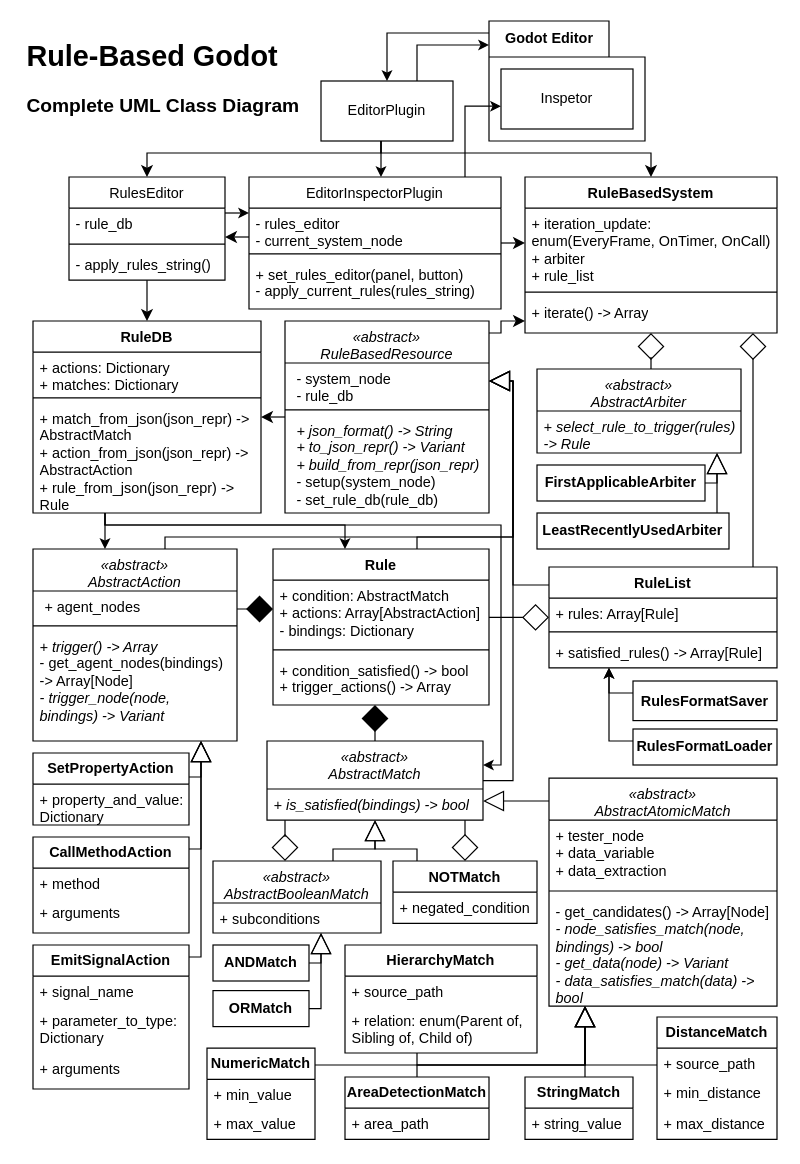
Earlier version of the draw.io diagram page "UML_Classes_Complete" (2 of 10) of diagrams/RuleBasedGodot_Diagrams.drawio (rvbatt/rule-based-godot). Source tidied: cells renumbered, new cells numbered last; positions are measured from the earlier drawing's top-left corner, leaving out a move shared by most shapes. Both pictures are drawn from the tidied source at 120%, with x=0, y=0 at pixel (20, 20).
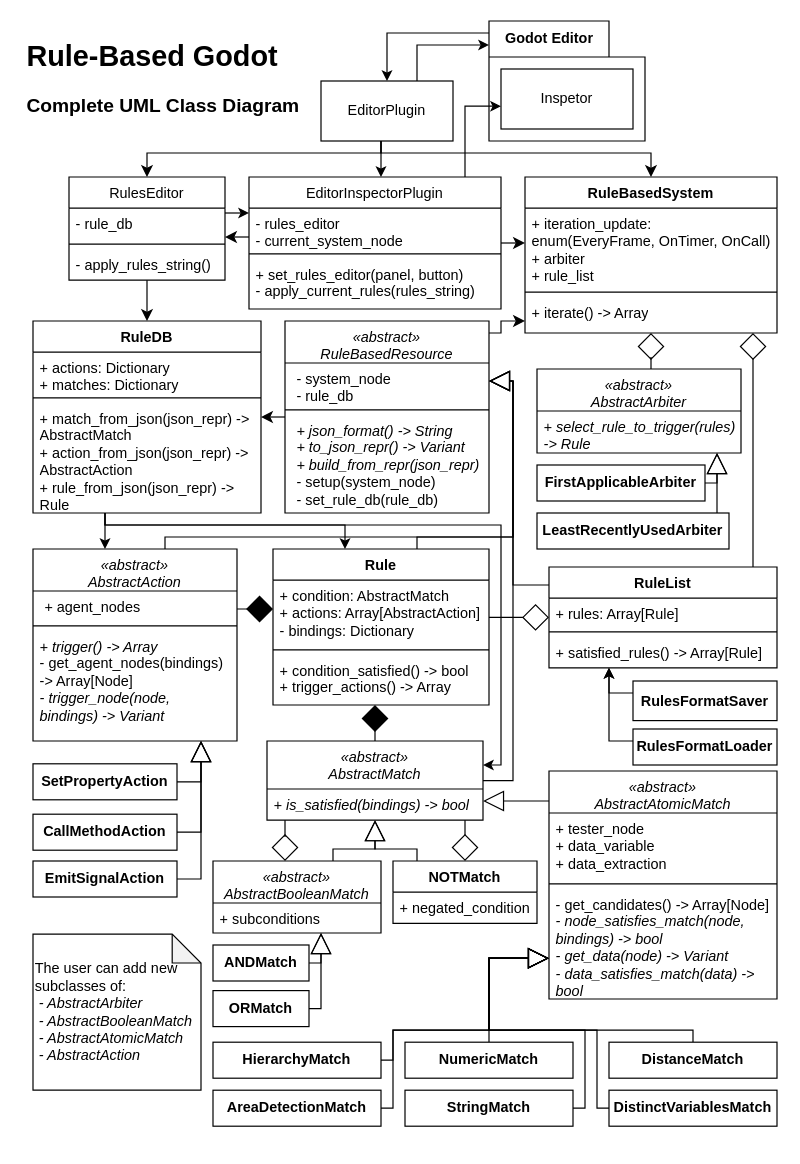
Above is the later version.

Commit message (it also covers changes not shown here):
Update diagrams with DistinctVariablesMatch

Unchanged cells that the change refers to:
```xml
<mxCell id="88" value="&lt;i&gt;&lt;span style=&quot;font-weight: normal;&quot;&gt;«abstract»&lt;/span&gt;&lt;span style=&quot;font-weight: normal;&quot;&gt;&lt;br&gt;AbstractAction&lt;/span&gt;&lt;/i&gt;" style="swimlane;fontStyle=1;align=center;verticalAlign=top;horizontal=1;startSize=35;whiteSpace=wrap;html=1;swimlaneLine=1;" parent="1" vertex="1">
  <mxGeometry x="10" y="440" width="170" height="160" as="geometry" />
</mxCell>
```

What changed in the source:
```diff
@@
+    <mxCell id="124" style="edgeStyle=orthogonalEdgeStyle;rounded=0;jettySize=auto;html=1;endArrow=none;endFill=0;startArrow=block;startFill=0;startSize=15;" parent="1" edge="1" source="57" target="75">
+      <mxGeometry relative="1" as="geometry">
+        <Array as="points">
+          <mxPoint x="390" y="781" />
+          <mxPoint x="390" y="841" />
+          <mxPoint x="560" y="841" />
+        </Array>
+      </mxGeometry>
+    </mxCell>
+    <mxCell id="125" style="edgeStyle=orthogonalEdgeStyle;rounded=0;jettySize=auto;html=1;endArrow=none;endFill=0;startSize=15;startArrow=block;startFill=0;" parent="1" edge="1" source="57" target="129">
+      <mxGeometry relative="1" as="geometry">
+        <Array as="points">
+          <mxPoint x="390" y="781" />
+          <mxPoint x="390" y="841" />
+          <mxPoint x="480" y="841" />
+          <mxPoint x="480" y="906" />
+        </Array>
+      </mxGeometry>
+    </mxCell>
+    <mxCell id="126" style="edgeStyle=orthogonalEdgeStyle;rounded=0;jettySize=auto;html=1;endArrow=none;endFill=0;startArrow=block;startFill=0;startSize=15;" parent="1" edge="1" source="57" target="83">
+      <mxGeometry relative="1" as="geometry">
+        <Array as="points">
+          <mxPoint x="390" y="781" />
+          <mxPoint x="390" y="841" />
+          <mxPoint x="470" y="841" />
+          <mxPoint x="470" y="906" />
+        </Array>
+      </mxGeometry>
+    </mxCell>
+    <mxCell id="127" style="edgeStyle=orthogonalEdgeStyle;rounded=0;jettySize=auto;html=1;endArrow=none;endFill=0;startArrow=block;startFill=0;startSize=15;" parent="1" edge="1" source="57" target="121">
+      <mxGeometry relative="1" as="geometry">
+        <Array as="points">
+          <mxPoint x="390" y="781" />
+        </Array>
+      </mxGeometry>
+    </mxCell>
+    <mxCell id="128" style="edgeStyle=orthogonalEdgeStyle;rounded=0;jettySize=auto;html=1;endArrow=none;endFill=0;startArrow=block;startFill=0;startSize=15;" parent="1" edge="1" source="57" target="72">
+      <mxGeometry relative="1" as="geometry">
+        <Array as="points">
+          <mxPoint x="390" y="781" />
+          <mxPoint x="390" y="841" />
+          <mxPoint x="310" y="841" />
+          <mxPoint x="310" y="906" />
+        </Array>
+      </mxGeometry>
+    </mxCell>
     <mxCell id="56" style="edgeStyle=orthogonalEdgeStyle;rounded=0;jettySize=auto;html=1;endArrow=none;endFill=0;startArrow=block;startFill=0;startSize=15;" parent="1" edge="1" source="57" target="79">
       <mxGeometry relative="1" as="geometry">
         <Array as="points">
-          <mxPoint x="470" y="870" />
-          <mxPoint x="330" y="870" />
+          <mxPoint x="390" y="781" />
+          <mxPoint x="390" y="841" />
+          <mxPoint x="310" y="841" />
+          <mxPoint x="310" y="866" />
         </Array>
       </mxGeometry>
     </mxCell>
     <mxCell id="57" value="&lt;i&gt;&lt;span style=&quot;font-weight: normal;&quot;&gt;«abstract&lt;/span&gt;&lt;span style=&quot;font-weight: 400;&quot;&gt;»&lt;/span&gt;&lt;/i&gt;&lt;span style=&quot;font-weight: normal;&quot;&gt;&lt;i&gt;&lt;br&gt;AbstractAtomicMatch&lt;br&gt;&lt;/i&gt;&lt;/span&gt;" style="swimlane;fontStyle=1;align=center;verticalAlign=top;horizontal=1;startSize=35;whiteSpace=wrap;html=1;swimlaneLine=1;" parent="1" vertex="1">
-      <mxGeometry x="440" y="631" width="190" height="190" as="geometry" />
+      <mxGeometry x="440" y="625" width="190" height="190" as="geometry" />
     </mxCell>
@@
-    <mxCell id="71" style="edgeStyle=orthogonalEdgeStyle;rounded=0;jettySize=auto;html=1;endArrow=block;endFill=0;startArrow=none;startFill=0;endSize=15;" parent="1" edge="1" source="72" target="57">
-      <mxGeometry relative="1" as="geometry">
-        <Array as="points">
-          <mxPoint x="330" y="870" />
-          <mxPoint x="470" y="870" />
-        </Array>
-      </mxGeometry>
-    </mxCell>
-    <mxCell id="72" value="&lt;b&gt;AreaDetectionMatch&lt;/b&gt;" style="swimlane;fontStyle=0;horizontal=1;startSize=26;fillColor=none;whiteSpace=wrap;html=1;" parent="1" vertex="1">
-      <mxGeometry x="270" y="880" width="120" height="52" as="geometry" />
-    </mxCell>
-    <mxCell id="73" value="+ area_path" style="text;strokeColor=none;fillColor=none;align=left;verticalAlign=top;spacingLeft=4;spacingRight=4;overflow=hidden;whiteSpace=wrap;html=1;" parent="72" vertex="1">
-      <mxGeometry y="26" width="120" height="26" as="geometry" />
-    </mxCell>
-    <mxCell id="74" style="edgeStyle=orthogonalEdgeStyle;rounded=0;jettySize=auto;html=1;endArrow=block;endFill=0;endSize=15;" parent="1" edge="1" source="75" target="57">
-      <mxGeometry relative="1" as="geometry">
-        <Array as="points">
-          <mxPoint x="470" y="870" />
-        </Array>
-      </mxGeometry>
-    </mxCell>
-    <mxCell id="75" value="&lt;b&gt;DistanceMatch&lt;br&gt;&lt;/b&gt;" style="swimlane;fontStyle=0;horizontal=1;startSize=26;fillColor=none;whiteSpace=wrap;html=1;" parent="1" vertex="1">
-      <mxGeometry x="530" y="830" width="100" height="102" as="geometry" />
-    </mxCell>
-    <mxCell id="76" value="+ source_path" style="text;strokeColor=none;fillColor=none;align=left;verticalAlign=top;spacingLeft=4;spacingRight=4;overflow=hidden;whiteSpace=wrap;html=1;" parent="75" vertex="1">
-      <mxGeometry y="26" width="100" height="24" as="geometry" />
-    </mxCell>
-    <mxCell id="77" value="+ min_distance" style="text;strokeColor=none;fillColor=none;align=left;verticalAlign=top;spacingLeft=4;spacingRight=4;overflow=hidden;whiteSpace=wrap;html=1;" parent="75" vertex="1">
-      <mxGeometry y="50" width="100" height="26" as="geometry" />
-    </mxCell>
-    <mxCell id="78" value="+ max_distance" style="text;strokeColor=none;fillColor=none;align=left;verticalAlign=top;spacingLeft=4;spacingRight=4;overflow=hidden;whiteSpace=wrap;html=1;" parent="75" vertex="1">
-      <mxGeometry y="76" width="100" height="26" as="geometry" />
-    </mxCell>
-    <mxCell id="79" value="&lt;b&gt;HierarchyMatch&lt;/b&gt;" style="swimlane;fontStyle=0;horizontal=1;startSize=26;fillColor=none;whiteSpace=wrap;html=1;" parent="1" vertex="1">
-      <mxGeometry x="270" y="770" width="160" height="90" as="geometry" />
-    </mxCell>
-    <mxCell id="80" value="+ source_path" style="text;strokeColor=none;fillColor=none;align=left;verticalAlign=top;spacingLeft=4;spacingRight=4;overflow=hidden;whiteSpace=wrap;html=1;" parent="79" vertex="1">
-      <mxGeometry y="26" width="160" height="24" as="geometry" />
-    </mxCell>
-    <mxCell id="81" value="+ relation: enum(Parent of, Sibling of, Child of)" style="text;strokeColor=none;fillColor=none;align=left;verticalAlign=top;spacingLeft=4;spacingRight=4;overflow=hidden;whiteSpace=wrap;html=1;" parent="79" vertex="1">
-      <mxGeometry y="50" width="160" height="40" as="geometry" />
-    </mxCell>
-    <mxCell id="82" style="edgeStyle=orthogonalEdgeStyle;rounded=0;jettySize=auto;html=1;endArrow=block;endFill=0;startArrow=none;startFill=0;startSize=8;endSize=15;" parent="1" edge="1" source="83" target="57">
-      <mxGeometry relative="1" as="geometry">
-        <Array as="points">
-          <mxPoint x="470" y="850" />
-          <mxPoint x="470" y="850" />
-        </Array>
-      </mxGeometry>
-    </mxCell>
-    <mxCell id="83" value="&lt;b&gt;StringMatch&lt;/b&gt;" style="swimlane;fontStyle=0;horizontal=1;startSize=26;fillColor=none;whiteSpace=wrap;html=1;" parent="1" vertex="1">
-      <mxGeometry x="420" y="880" width="90" height="52" as="geometry" />
-    </mxCell>
-    <mxCell id="84" value="+ string_value" style="text;strokeColor=none;fillColor=none;align=left;verticalAlign=top;spacingLeft=4;spacingRight=4;overflow=hidden;whiteSpace=wrap;html=1;" parent="83" vertex="1">
-      <mxGeometry y="26" width="90" height="26" as="geometry" />
-    </mxCell>
     <mxCell id="85" style="edgeStyle=orthogonalEdgeStyle;rounded=0;jettySize=auto;html=1;startArrow=block;startFill=0;endArrow=none;endFill=0;startSize=15;" parent="1" edge="1" source="88" target="95">
       <mxGeometry relative="1" as="geometry">
         <Array as="points">
-          <mxPoint x="150" y="630" />
+          <mxPoint x="150" y="634" />
         </Array>
       </mxGeometry>
     </mxCell>
     <mxCell id="86" style="edgeStyle=orthogonalEdgeStyle;rounded=0;jettySize=auto;html=1;endArrow=none;endFill=0;startArrow=block;startFill=0;startSize=15;" parent="1" edge="1" source="88" target="92">
       <mxGeometry relative="1" as="geometry">
         <Array as="points">
-          <mxPoint x="150" y="690" />
+          <mxPoint x="150" y="676" />
         </Array>
       </mxGeometry>
     </mxCell>
     <mxCell id="87" style="edgeStyle=orthogonalEdgeStyle;rounded=0;jettySize=auto;html=1;startArrow=block;startFill=0;startSize=15;endArrow=none;endFill=0;" parent="1" edge="1" source="88" target="97">
       <mxGeometry relative="1" as="geometry">
         <Array as="points">
-          <mxPoint x="150" y="780" />
+          <mxPoint x="150" y="715" />
         </Array>
       </mxGeometry>
     </mxCell>
@@
-    <mxCell id="92" value="&lt;b&gt;CallMethodAction&lt;/b&gt;" style="swimlane;fontStyle=0;horizontal=1;startSize=26;fillColor=none;whiteSpace=wrap;html=1;" parent="1" vertex="1">
-      <mxGeometry x="10" y="680" width="130" height="80" as="geometry" />
-    </mxCell>
-    <mxCell id="93" value="+ method" style="text;strokeColor=none;fillColor=none;align=left;verticalAlign=top;spacingLeft=4;spacingRight=4;overflow=hidden;whiteSpace=wrap;html=1;" parent="92" vertex="1">
-      <mxGeometry y="26" width="130" height="24" as="geometry" />
-    </mxCell>
-    <mxCell id="94" value="+ arguments" style="text;strokeColor=none;fillColor=none;align=left;verticalAlign=top;spacingLeft=4;spacingRight=4;overflow=hidden;whiteSpace=wrap;html=1;" parent="92" vertex="1">
-      <mxGeometry y="50" width="130" height="30" as="geometry" />
-    </mxCell>
-    <mxCell id="95" value="&lt;b&gt;SetPropertyAction&lt;/b&gt;" style="swimlane;fontStyle=0;horizontal=1;startSize=26;fillColor=none;whiteSpace=wrap;html=1;" parent="1" vertex="1">
-      <mxGeometry x="10" y="610" width="130" height="60" as="geometry" />
-    </mxCell>
-    <mxCell id="96" value="+ property_and_value: Dictionary" style="text;strokeColor=none;fillColor=none;align=left;verticalAlign=top;spacingLeft=4;spacingRight=4;overflow=hidden;whiteSpace=wrap;html=1;" parent="95" vertex="1">
-      <mxGeometry y="26" width="130" height="34" as="geometry" />
-    </mxCell>
-    <mxCell id="97" value="&lt;b&gt;EmitSignalAction&lt;/b&gt;" style="swimlane;fontStyle=0;horizontal=1;startSize=26;fillColor=none;whiteSpace=wrap;html=1;" parent="1" vertex="1">
-      <mxGeometry x="10" y="770" width="130" height="120" as="geometry" />
-    </mxCell>
-    <mxCell id="98" value="+ signal_name" style="text;strokeColor=none;fillColor=none;align=left;verticalAlign=top;spacingLeft=4;spacingRight=4;overflow=hidden;whiteSpace=wrap;html=1;" parent="97" vertex="1">
-      <mxGeometry y="26" width="130" height="24" as="geometry" />
-    </mxCell>
-    <mxCell id="99" value="+ parameter_to_type: Dictionary" style="text;strokeColor=none;fillColor=none;align=left;verticalAlign=top;spacingLeft=4;spacingRight=4;overflow=hidden;whiteSpace=wrap;html=1;" parent="97" vertex="1">
-      <mxGeometry y="50" width="130" height="40" as="geometry" />
-    </mxCell>
-    <mxCell id="100" value="+ arguments" style="text;strokeColor=none;fillColor=none;align=left;verticalAlign=top;spacingLeft=4;spacingRight=4;overflow=hidden;whiteSpace=wrap;html=1;" parent="97" vertex="1">
-      <mxGeometry y="90" width="130" height="30" as="geometry" />
-    </mxCell>
@@
-    <mxCell id="120" style="edgeStyle=orthogonalEdgeStyle;rounded=0;jettySize=auto;html=1;endArrow=block;endFill=0;endSize=15;" parent="1" edge="1" source="121" target="57">
-      <mxGeometry relative="1" as="geometry">
-        <Array as="points">
-          <mxPoint x="470" y="870" />
-        </Array>
-      </mxGeometry>
-    </mxCell>
+    <mxCell id="95" value="SetPropertyAction" style="html=1;whiteSpace=wrap;fontStyle=1;" parent="1" vertex="1">
+      <mxGeometry x="10" y="619" width="120" height="30" as="geometry" />
+    </mxCell>
+    <mxCell id="92" value="CallMethodAction" style="html=1;whiteSpace=wrap;fontStyle=1;" parent="1" vertex="1">
+      <mxGeometry x="10" y="661" width="120" height="30" as="geometry" />
+    </mxCell>
+    <mxCell id="97" value="EmitSignalAction" style="html=1;whiteSpace=wrap;fontStyle=1;" parent="1" vertex="1">
+      <mxGeometry x="10" y="700" width="120" height="30" as="geometry" />
+    </mxCell>
+    <mxCell id="79" value="HierarchyMatch" style="html=1;whiteSpace=wrap;fontStyle=1;" parent="1" vertex="1">
+      <mxGeometry x="160" y="851" width="140" height="30" as="geometry" />
+    </mxCell>
+    <mxCell id="72" value="AreaDetectionMatch" style="html=1;whiteSpace=wrap;fontStyle=1;" parent="1" vertex="1">
+      <mxGeometry x="160" y="891" width="140" height="30" as="geometry" />
+    </mxCell>
-    <mxCell id="121" value="&lt;b&gt;NumericMatch&lt;/b&gt;" style="swimlane;fontStyle=0;horizontal=1;startSize=26;fillColor=none;whiteSpace=wrap;html=1;" parent="1" vertex="1">
-      <mxGeometry x="155" y="856" width="90" height="76" as="geometry" />
+    <mxCell id="121" value="NumericMatch" style="html=1;whiteSpace=wrap;fontStyle=1;" parent="1" vertex="1">
+      <mxGeometry x="320" y="851" width="140" height="30" as="geometry" />
     </mxCell>
-    <mxCell id="122" value="+ min_value" style="text;strokeColor=none;fillColor=none;align=left;verticalAlign=top;spacingLeft=4;spacingRight=4;overflow=hidden;whiteSpace=wrap;html=1;" parent="121" vertex="1">
-      <mxGeometry y="26" width="90" height="24" as="geometry" />
-    </mxCell>
-    <mxCell id="123" value="+ max_value&lt;br&gt;" style="text;strokeColor=none;fillColor=none;align=left;verticalAlign=top;spacingLeft=4;spacingRight=4;overflow=hidden;whiteSpace=wrap;html=1;" parent="121" vertex="1">
-      <mxGeometry y="50" width="90" height="26" as="geometry" />
-    </mxCell>
+    <mxCell id="83" value="StringMatch" style="html=1;whiteSpace=wrap;fontStyle=1;" parent="1" vertex="1">
+      <mxGeometry x="320" y="891" width="140" height="30" as="geometry" />
+    </mxCell>
+    <mxCell id="75" value="DistanceMatch" style="html=1;whiteSpace=wrap;fontStyle=1;" parent="1" vertex="1">
+      <mxGeometry x="490" y="851" width="140" height="30" as="geometry" />
+    </mxCell>
+    <mxCell id="129" value="DistinctVariablesMatch" style="html=1;whiteSpace=wrap;fontStyle=1;" parent="1" vertex="1">
+      <mxGeometry x="490" y="891" width="140" height="30" as="geometry" />
+    </mxCell>
+    <mxCell id="130" value="The user can add new subclasses of:&lt;br&gt;&lt;i style=&quot;background-color: initial;&quot;&gt;&amp;nbsp;- AbstractArbiter&lt;/i&gt;&lt;br&gt;&lt;i style=&quot;background-color: initial;&quot;&gt;&amp;nbsp;- AbstractBooleanMatch&lt;/i&gt;&lt;br&gt;&lt;i style=&quot;background-color: initial;&quot;&gt;&amp;nbsp;- AbstractAtomicMatch&lt;/i&gt;&lt;br&gt;&lt;i style=&quot;background-color: initial;&quot;&gt;&amp;nbsp;- AbstractAction&lt;/i&gt;" style="shape=note;whiteSpace=wrap;html=1;backgroundOutline=1;darkOpacity=0.05;align=left;verticalAlign=middle;size=24;" parent="1" vertex="1">
+      <mxGeometry x="10" y="761" width="140" height="130" as="geometry" />
+    </mxCell>
```
